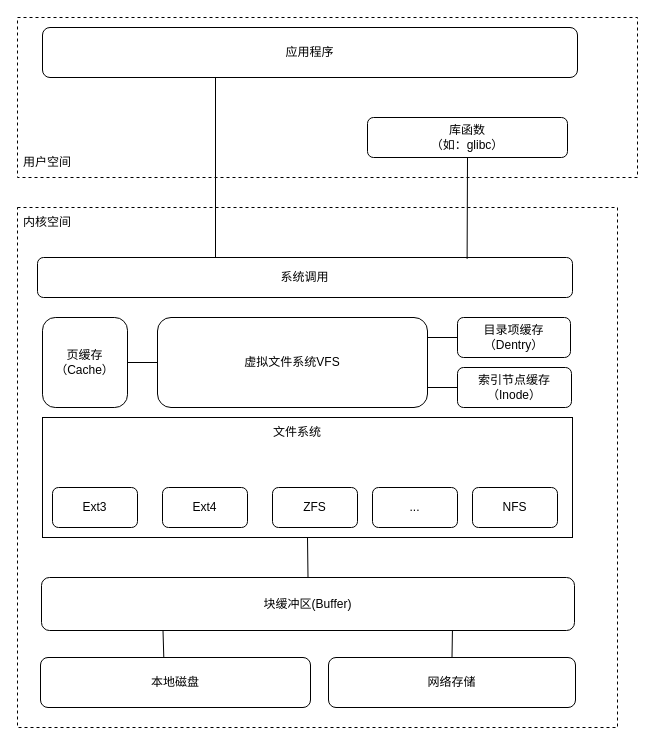
Netech-DevNote/itquestions_pictures keeps this draw.io diagram as cache在linux内核中的位置.drawio. Above is the earlier version. Source tidied: cells renumbered, new cells numbered last; positions are measured from the earlier drawing's top-left corner, leaving out a move shared by most shapes. Both pictures are drawn from the tidied source at 100%, with x=0, y=0 at pixel (17, 17).
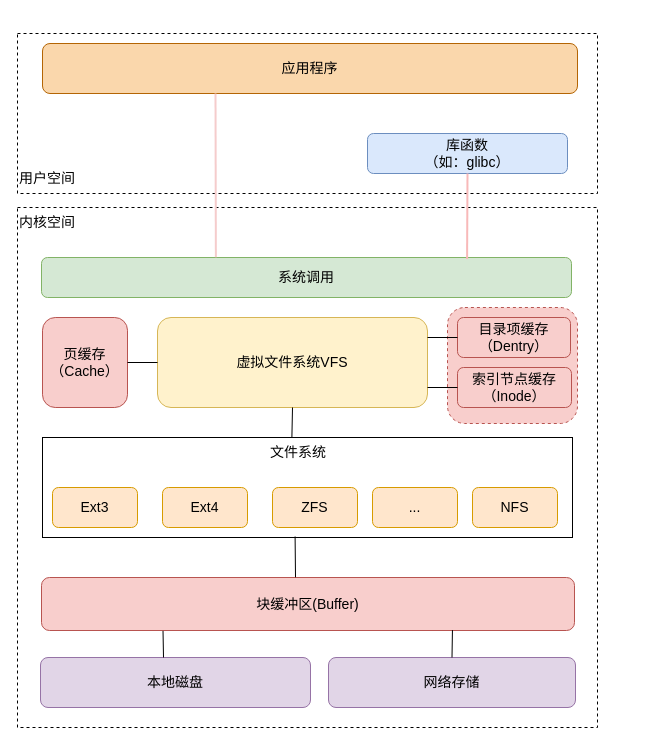
The same page after the edit.

Commit message (it also covers changes not shown here):
更新cache在linux内核中的位置.drawio

Diff of the diagram source:
```diff
@@
-    <mxCell id="2" style="rounded=0;whiteSpace=wrap;html=1;dashed=1;" parent="1" vertex="1">
-      <mxGeometry y="190" width="600" height="520" as="geometry" />
+    <mxCell id="2" style="rounded=0;whiteSpace=wrap;html=1;dashed=1;fontSize=14;" parent="1" vertex="1">
+      <mxGeometry y="190" width="580" height="520" as="geometry" />
     </mxCell>
+    <mxCell id="31" style="rounded=1;whiteSpace=wrap;html=1;dashed=1;fillColor=#f8cecc;strokeColor=#b85450;" parent="1" vertex="1">
+      <mxGeometry x="430" y="290" width="130" height="116" as="geometry" />
+    </mxCell>
-    <mxCell id="3" style="rounded=0;whiteSpace=wrap;html=1;dashed=1;" parent="1" vertex="1">
-      <mxGeometry width="620" height="160" as="geometry" />
+    <mxCell id="3" style="rounded=0;whiteSpace=wrap;html=1;dashed=1;fontSize=14;" parent="1" vertex="1">
+      <mxGeometry y="16" width="580" height="160" as="geometry" />
     </mxCell>
-    <mxCell id="4" style="rounded=0;whiteSpace=wrap;html=1;" parent="1" vertex="1">
-      <mxGeometry x="25" y="400" width="530" height="120" as="geometry" />
+    <mxCell id="4" style="rounded=0;whiteSpace=wrap;html=1;fontSize=14;" parent="1" vertex="1">
+      <mxGeometry x="25" y="420" width="530" height="100" as="geometry" />
     </mxCell>
-    <mxCell id="5" value="应用程序" style="rounded=1;whiteSpace=wrap;html=1;" parent="1" vertex="1">
-      <mxGeometry x="25" y="10" width="535" height="50" as="geometry" />
+    <mxCell id="5" value="应用程序" style="rounded=1;whiteSpace=wrap;html=1;fillColor=#fad7ac;strokeColor=#b46504;fontSize=14;" parent="1" vertex="1">
+      <mxGeometry x="25" y="26" width="535" height="50" as="geometry" />
     </mxCell>
-    <mxCell id="6" value="本地磁盘" style="rounded=1;whiteSpace=wrap;html=1;" parent="1" vertex="1">
+    <mxCell id="6" value="本地磁盘" style="rounded=1;whiteSpace=wrap;html=1;fillColor=#e1d5e7;strokeColor=#9673a6;fontSize=14;" parent="1" vertex="1">
       <mxGeometry x="23" y="640" width="270" height="50" as="geometry" />
     </mxCell>
-    <mxCell id="7" value="网络存储" style="rounded=1;whiteSpace=wrap;html=1;" parent="1" vertex="1">
+    <mxCell id="7" value="网络存储" style="rounded=1;whiteSpace=wrap;html=1;fillColor=#e1d5e7;strokeColor=#9673a6;fontSize=14;" parent="1" vertex="1">
       <mxGeometry x="311" y="640" width="247" height="50" as="geometry" />
     </mxCell>
-    <mxCell id="8" value="块缓冲区(Buffer)" style="rounded=1;whiteSpace=wrap;html=1;" parent="1" vertex="1">
+    <mxCell id="8" value="块缓冲区(Buffer)" style="rounded=1;whiteSpace=wrap;html=1;fillColor=#f8cecc;strokeColor=#b85450;fontSize=14;" parent="1" vertex="1">
       <mxGeometry x="24" y="560" width="533" height="53" as="geometry" />
     </mxCell>
-    <mxCell id="9" value="Ext3" style="rounded=1;whiteSpace=wrap;html=1;" parent="1" vertex="1">
+    <mxCell id="9" value="Ext3" style="rounded=1;whiteSpace=wrap;html=1;fillColor=#ffe6cc;strokeColor=#d79b00;fontSize=14;" parent="1" vertex="1">
       <mxGeometry x="35" y="470" width="85" height="40" as="geometry" />
     </mxCell>
-    <mxCell id="10" value="Ext4" style="rounded=1;whiteSpace=wrap;html=1;" parent="1" vertex="1">
+    <mxCell id="10" value="Ext4" style="rounded=1;whiteSpace=wrap;html=1;fillColor=#ffe6cc;strokeColor=#d79b00;fontSize=14;" parent="1" vertex="1">
       <mxGeometry x="145" y="470" width="85" height="40" as="geometry" />
     </mxCell>
-    <mxCell id="11" value="ZFS" style="rounded=1;whiteSpace=wrap;html=1;" parent="1" vertex="1">
+    <mxCell id="11" value="ZFS" style="rounded=1;whiteSpace=wrap;html=1;fillColor=#ffe6cc;strokeColor=#d79b00;fontSize=14;" parent="1" vertex="1">
       <mxGeometry x="255" y="470" width="85" height="40" as="geometry" />
     </mxCell>
-    <mxCell id="12" value="..." style="rounded=1;whiteSpace=wrap;html=1;" parent="1" vertex="1">
+    <mxCell id="12" value="..." style="rounded=1;whiteSpace=wrap;html=1;fillColor=#ffe6cc;strokeColor=#d79b00;fontSize=14;" parent="1" vertex="1">
       <mxGeometry x="355" y="470" width="85" height="40" as="geometry" />
     </mxCell>
-    <mxCell id="13" value="NFS" style="rounded=1;whiteSpace=wrap;html=1;" parent="1" vertex="1">
+    <mxCell id="13" value="NFS" style="rounded=1;whiteSpace=wrap;html=1;fillColor=#ffe6cc;strokeColor=#d79b00;fontSize=14;" parent="1" vertex="1">
       <mxGeometry x="455" y="470" width="85" height="40" as="geometry" />
     </mxCell>
-    <mxCell id="14" value="虚拟文件系统VFS" style="rounded=1;whiteSpace=wrap;html=1;" parent="1" vertex="1">
+    <mxCell id="14" value="虚拟文件系统VFS" style="rounded=1;whiteSpace=wrap;html=1;fillColor=#fff2cc;strokeColor=#d6b656;fontSize=14;" parent="1" vertex="1">
       <mxGeometry x="140" y="300" width="270" height="90" as="geometry" />
     </mxCell>
-    <mxCell id="15" value="页缓存（Cache）" style="rounded=1;whiteSpace=wrap;html=1;" parent="1" vertex="1">
+    <mxCell id="15" value="页缓存（Cache）" style="rounded=1;whiteSpace=wrap;html=1;fillColor=#f8cecc;strokeColor=#b85450;fontSize=14;" parent="1" vertex="1">
       <mxGeometry x="25" y="300" width="85" height="90" as="geometry" />
     </mxCell>
-    <mxCell id="16" value="目录项缓存（Dentry）" style="rounded=1;whiteSpace=wrap;html=1;" parent="1" vertex="1">
+    <mxCell id="16" value="目录项缓存（Dentry）" style="rounded=1;whiteSpace=wrap;html=1;fillColor=#f8cecc;strokeColor=#b85450;fontSize=14;" parent="1" vertex="1">
       <mxGeometry x="440" y="300" width="113" height="40" as="geometry" />
     </mxCell>
-    <mxCell id="17" value="索引节点缓存&lt;br&gt;（Inode）" style="rounded=1;whiteSpace=wrap;html=1;" parent="1" vertex="1">
+    <mxCell id="17" value="索引节点缓存&lt;br style=&quot;font-size: 14px;&quot;&gt;（Inode）" style="rounded=1;whiteSpace=wrap;html=1;fillColor=#f8cecc;strokeColor=#b85450;fontSize=14;" parent="1" vertex="1">
       <mxGeometry x="440" y="350" width="114" height="40" as="geometry" />
     </mxCell>
-    <mxCell id="18" value="系统调用" style="rounded=1;whiteSpace=wrap;html=1;" parent="1" vertex="1">
-      <mxGeometry x="20" y="240" width="535" height="40" as="geometry" />
+    <mxCell id="18" value="系统调用" style="rounded=1;whiteSpace=wrap;html=1;fillColor=#d5e8d4;strokeColor=#82b366;fontSize=14;" parent="1" vertex="1">
+      <mxGeometry x="24" y="240" width="530" height="40" as="geometry" />
     </mxCell>
-    <mxCell id="19" value="库函数&lt;br&gt;（如：glibc）" style="rounded=1;whiteSpace=wrap;html=1;" parent="1" vertex="1">
-      <mxGeometry x="350" y="100" width="200" height="40" as="geometry" />
+    <mxCell id="19" value="库函数&lt;br style=&quot;font-size: 14px;&quot;&gt;（如：glibc）" style="rounded=1;whiteSpace=wrap;html=1;fillColor=#dae8fc;strokeColor=#6c8ebf;fontSize=14;" parent="1" vertex="1">
+      <mxGeometry x="350" y="116" width="200" height="40" as="geometry" />
     </mxCell>
-    <mxCell id="20" value="文件系统" style="text;html=1;strokeColor=none;fillColor=none;align=center;verticalAlign=middle;whiteSpace=wrap;rounded=0;" parent="1" vertex="1">
-      <mxGeometry x="250" y="400" width="60" height="30" as="geometry" />
+    <mxCell id="20" value="文件系统" style="text;html=1;strokeColor=none;fillColor=none;align=center;verticalAlign=middle;whiteSpace=wrap;rounded=0;fontSize=14;" parent="1" vertex="1">
+      <mxGeometry x="251" y="420" width="60" height="30" as="geometry" />
     </mxCell>
-    <mxCell id="21" style="endArrow=none;html=1;rounded=0;entryX=0.5;entryY=1;entryDx=0;entryDy=0;exitX=0.803;exitY=0.035;exitDx=0;exitDy=0;exitPerimeter=0;" parent="1" edge="1" source="18" target="19">
+    <mxCell id="21" style="endArrow=none;html=1;rounded=0;entryX=0.5;entryY=1;entryDx=0;entryDy=0;exitX=0.803;exitY=0.035;exitDx=0;exitDy=0;exitPerimeter=0;fontSize=14;strokeColor=#f8b9b9;strokeWidth=2;" parent="1" edge="1" source="18" target="19">
       <mxGeometry relative="1" as="geometry" />
     </mxCell>
-    <mxCell id="22" style="endArrow=none;html=1;rounded=0;" parent="1" edge="1">
+    <mxCell id="22" style="endArrow=none;html=1;rounded=0;fontSize=14;exitX=0.329;exitY=-0.005;exitDx=0;exitDy=0;exitPerimeter=0;strokeWidth=2;strokeColor=#f5cccc;" parent="1" edge="1" source="18">
       <mxGeometry relative="1" as="geometry">
-        <mxPoint x="198" y="240" as="sourcePoint" />
-        <mxPoint x="198" y="60" as="targetPoint" />
+        <mxPoint x="198" y="76" as="targetPoint" />
       </mxGeometry>
     </mxCell>
-    <mxCell id="23" value="内核空间" style="text;html=1;strokeColor=none;fillColor=none;align=center;verticalAlign=middle;whiteSpace=wrap;rounded=0;" parent="1" vertex="1">
+    <mxCell id="23" value="内核空间" style="text;html=1;strokeColor=none;fillColor=none;align=center;verticalAlign=middle;whiteSpace=wrap;rounded=0;fontSize=14;" parent="1" vertex="1">
       <mxGeometry y="190" width="60" height="30" as="geometry" />
     </mxCell>
-    <mxCell id="24" value="用户空间" style="text;html=1;strokeColor=none;fillColor=none;align=center;verticalAlign=middle;whiteSpace=wrap;rounded=0;strokeWidth=3;" parent="1" vertex="1">
-      <mxGeometry y="130" width="60" height="30" as="geometry" />
+    <mxCell id="24" value="用户空间" style="text;html=1;strokeColor=none;fillColor=none;align=center;verticalAlign=middle;whiteSpace=wrap;rounded=0;strokeWidth=3;fontSize=14;" parent="1" vertex="1">
+      <mxGeometry y="146" width="60" height="30" as="geometry" />
     </mxCell>
-    <mxCell id="25" style="endArrow=none;html=1;rounded=0;exitX=1;exitY=0.5;exitDx=0;exitDy=0;entryX=0;entryY=0.5;entryDx=0;entryDy=0;" parent="1" edge="1" source="15" target="14">
+    <mxCell id="25" style="endArrow=none;html=1;rounded=0;exitX=1;exitY=0.5;exitDx=0;exitDy=0;entryX=0;entryY=0.5;entryDx=0;entryDy=0;fontSize=14;" parent="1" edge="1" source="15" target="14">
       <mxGeometry relative="1" as="geometry" />
     </mxCell>
-    <mxCell id="26" style="endArrow=none;html=1;rounded=0;exitX=0;exitY=0.5;exitDx=0;exitDy=0;" parent="1" edge="1" source="16">
+    <mxCell id="26" style="endArrow=none;html=1;rounded=0;exitX=0;exitY=0.5;exitDx=0;exitDy=0;fontSize=14;" parent="1" edge="1" source="16">
       <mxGeometry relative="1" as="geometry">
         <mxPoint x="410" y="320" as="targetPoint" />
       </mxGeometry>
     </mxCell>
-    <mxCell id="27" style="endArrow=none;html=1;rounded=0;entryX=0;entryY=0.5;entryDx=0;entryDy=0;" parent="1" edge="1" target="17">
+    <mxCell id="27" style="endArrow=none;html=1;rounded=0;entryX=0;entryY=0.5;entryDx=0;entryDy=0;fontSize=14;" parent="1" edge="1" target="17">
       <mxGeometry relative="1" as="geometry">
         <mxPoint x="410" y="370" as="sourcePoint" />
       </mxGeometry>
     </mxCell>
-    <mxCell id="28" style="endArrow=none;html=1;rounded=0;exitX=0.5;exitY=0;exitDx=0;exitDy=0;entryX=0.5;entryY=1;entryDx=0;entryDy=0;" parent="1" edge="1" source="8" target="4">
-      <mxGeometry relative="1" as="geometry" />
+    <mxCell id="28" style="endArrow=none;html=1;rounded=0;exitX=0.471;exitY=-0.004;exitDx=0;exitDy=0;fontSize=14;exitPerimeter=0;entryX=0.471;entryY=0.99;entryDx=0;entryDy=0;entryPerimeter=0;" parent="1" edge="1">
+      <mxGeometry relative="1" as="geometry">
+        <mxPoint x="278" y="559.8" as="sourcePoint" />
+        <mxPoint x="277.6" y="519" as="targetPoint" />
+      </mxGeometry>
     </mxCell>
-    <mxCell id="29" style="endArrow=none;html=1;rounded=0;exitX=0.464;exitY=0.044;exitDx=0;exitDy=0;exitPerimeter=0;entryX=0.228;entryY=1.008;entryDx=0;entryDy=0;entryPerimeter=0;" parent="1" edge="1" target="8">
+    <mxCell id="29" style="endArrow=none;html=1;rounded=0;entryX=0.228;entryY=1.008;entryDx=0;entryDy=0;entryPerimeter=0;fontSize=14;" parent="1" edge="1" target="8">
       <mxGeometry relative="1" as="geometry">
-        <mxPoint x="146.3" y="640.2" as="sourcePoint" />
+        <mxPoint x="146" y="640" as="sourcePoint" />
       </mxGeometry>
     </mxCell>
-    <mxCell id="30" style="endArrow=none;html=1;rounded=0;exitX=0.5;exitY=0;exitDx=0;exitDy=0;entryX=0.771;entryY=0.992;entryDx=0;entryDy=0;entryPerimeter=0;" parent="1" edge="1" source="7" target="8">
+    <mxCell id="30" style="endArrow=none;html=1;rounded=0;exitX=0.5;exitY=0;exitDx=0;exitDy=0;entryX=0.771;entryY=0.992;entryDx=0;entryDy=0;entryPerimeter=0;fontSize=14;" parent="1" edge="1" source="7" target="8">
       <mxGeometry relative="1" as="geometry" />
     </mxCell>
+    <mxCell id="32" style="endArrow=none;html=1;rounded=0;exitX=0.39;exitY=-0.007;exitDx=0;exitDy=0;entryX=0.5;entryY=1;entryDx=0;entryDy=0;exitPerimeter=0;fontSize=14;" parent="1" edge="1" source="20" target="14">
+      <mxGeometry relative="1" as="geometry" />
+    </mxCell>
```
